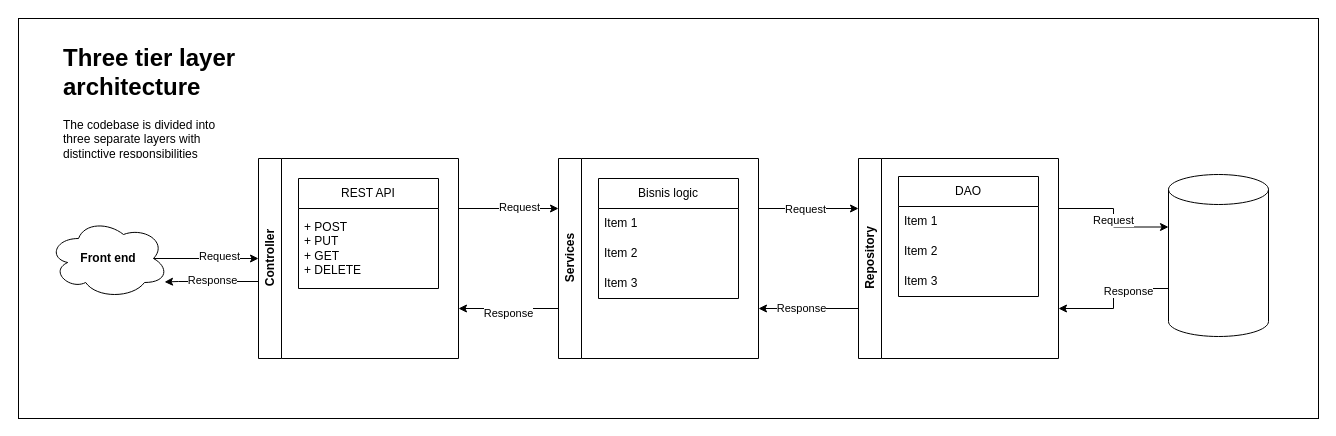
The draw.io diagram three tier layer arch pattern.drawio in jarisiber/layer-architecture, before the edit. Source tidied: cells renumbered, new cells numbered last; positions are measured from the earlier drawing's top-left corner, leaving out a move shared by most shapes. Both pictures are drawn from the tidied source at 100%, with x=0, y=0 at pixel (18, 18).
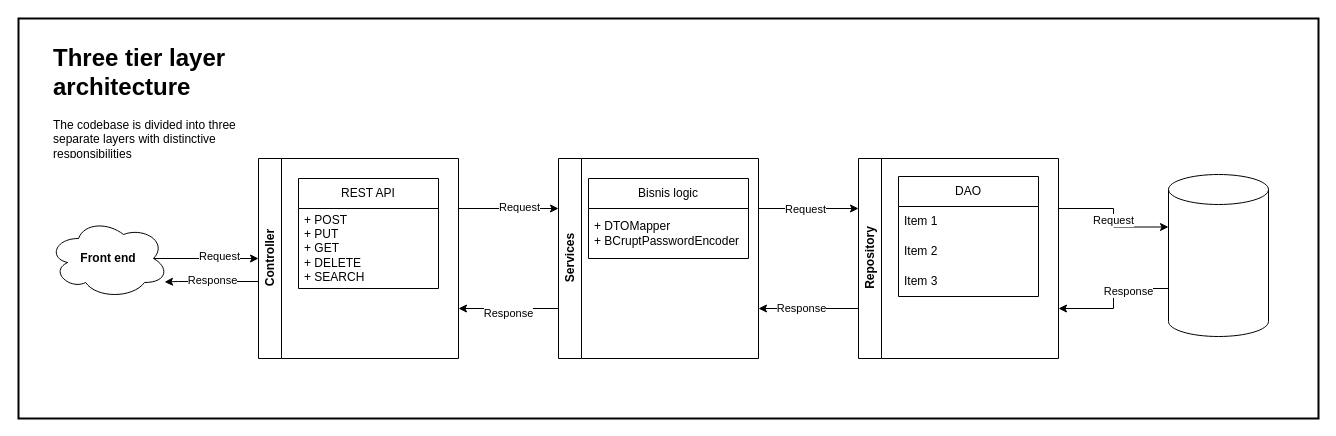
The same page after the edit.

Unchanged cells that the change refers to:
```xml
<mxCell id="6" value="REST API" style="swimlane;fontStyle=0;horizontal=1;startSize=30;whiteSpace=wrap;html=1;" parent="5" vertex="1">
  <mxGeometry x="40" y="20" width="140" height="110" as="geometry" />
</mxCell>
<mxCell id="12" value="Services" style="swimlane;horizontal=0;whiteSpace=wrap;html=1;" parent="1" vertex="1">
  <mxGeometry x="540" y="140" width="200" height="200" as="geometry" />
</mxCell>
```

Diff of the diagram source:
```diff
@@
-    <mxCell id="2" style="rounded=0;whiteSpace=wrap;html=1;" parent="1" vertex="1">
+    <mxCell id="2" style="rounded=0;whiteSpace=wrap;html=1;strokeWidth=2;" parent="1" vertex="1">
       <mxGeometry width="1300" height="400" as="geometry" />
     </mxCell>
@@
-    <mxCell id="7" value="+ POST&lt;br&gt;+ PUT&lt;br&gt;+ GET&lt;br&gt;+ DELETE" style="text;strokeColor=none;fillColor=none;align=left;verticalAlign=middle;spacingLeft=4;spacingRight=4;overflow=hidden;whiteSpace=wrap;html=1;" parent="6" vertex="1">
+    <mxCell id="7" value="+ POST&lt;br&gt;+ PUT&lt;br&gt;+ GET&lt;br&gt;+ DELETE&lt;br&gt;+ SEARCH" style="text;strokeColor=none;fillColor=none;align=left;verticalAlign=middle;spacingLeft=4;spacingRight=4;overflow=hidden;whiteSpace=wrap;html=1;" parent="6" vertex="1">
       <mxGeometry y="30" width="140" height="80" as="geometry" />
     </mxCell>
@@
     <mxCell id="13" value="Bisnis logic" style="swimlane;fontStyle=0;horizontal=1;startSize=30;whiteSpace=wrap;html=1;" parent="12" vertex="1">
-      <mxGeometry x="40" y="20" width="140" height="120" as="geometry" />
+      <mxGeometry x="30" y="20" width="160" height="80" as="geometry" />
     </mxCell>
-    <mxCell id="14" value="Item 1" style="text;strokeColor=none;fillColor=none;align=left;verticalAlign=middle;spacingLeft=4;spacingRight=4;overflow=hidden;whiteSpace=wrap;html=1;" parent="13" vertex="1">
-      <mxGeometry y="30" width="140" height="30" as="geometry" />
+    <mxCell id="14" value="+ DTOMapper&lt;br&gt;+ BCruptPasswordEncoder" style="text;strokeColor=none;fillColor=none;align=left;verticalAlign=middle;spacingLeft=4;spacingRight=4;overflow=hidden;whiteSpace=wrap;html=1;" parent="13" vertex="1">
+      <mxGeometry y="30" width="160" height="50" as="geometry" />
     </mxCell>
-    <mxCell id="15" value="Item 2" style="text;strokeColor=none;fillColor=none;align=left;verticalAlign=middle;spacingLeft=4;spacingRight=4;overflow=hidden;whiteSpace=wrap;html=1;" parent="13" vertex="1">
-      <mxGeometry y="60" width="140" height="30" as="geometry" />
-    </mxCell>
-    <mxCell id="16" value="Item 3" style="text;strokeColor=none;fillColor=none;align=left;verticalAlign=middle;spacingLeft=4;spacingRight=4;overflow=hidden;whiteSpace=wrap;html=1;" parent="13" vertex="1">
-      <mxGeometry y="90" width="140" height="30" as="geometry" />
-    </mxCell>
@@
     <mxCell id="34" value="&lt;h1&gt;Three tier layer architecture&lt;/h1&gt;&lt;p&gt;The codebase is divided into three separate layers with distinctive responsibilities&lt;/p&gt;" style="text;html=1;strokeColor=none;fillColor=none;spacing=5;spacingTop=-20;whiteSpace=wrap;overflow=hidden;rounded=0;" parent="1" vertex="1">
-      <mxGeometry x="40" y="20" width="190" height="120" as="geometry" />
+      <mxGeometry x="30" y="20" width="200" height="120" as="geometry" />
     </mxCell>
```
